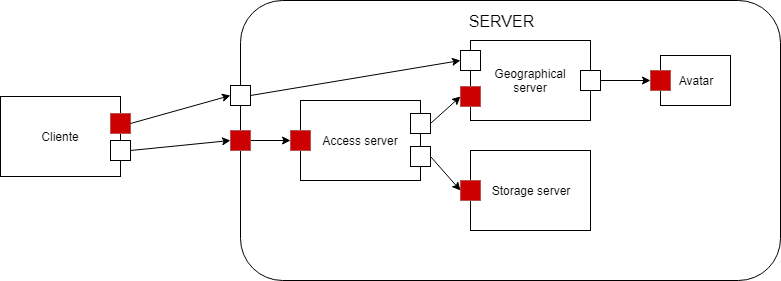
Before: WIP/PF-Distribuidos/ComponentsDiagram.png, a diagram exported from draw.io (AndresReyesE/7.-Sexto-semestre). Source tidied: cells renumbered, new cells last; positions are measured from the earlier drawing's top-left corner, leaving out a move shared by most shapes. Source of this version:
```xml
<mxGraphModel>
  <root>
    <mxCell id="0" />
    <mxCell id="1" parent="0" />
    <mxCell id="2" style="rounded=1;whiteSpace=wrap;html=1;" parent="1" vertex="1">
      <mxGeometry x="240" width="540" height="280" as="geometry" />
    </mxCell>
    <mxCell id="3" value="Avatar" style="rounded=0;whiteSpace=wrap;html=1;" parent="1" vertex="1">
      <mxGeometry x="660" y="55" width="70" height="50" as="geometry" />
    </mxCell>
    <mxCell id="4" value="Storage server" style="rounded=0;whiteSpace=wrap;html=1;" parent="1" vertex="1">
      <mxGeometry x="470" y="150" width="120" height="80" as="geometry" />
    </mxCell>
    <mxCell id="5" value="Geographical&lt;br&gt;server" style="rounded=0;whiteSpace=wrap;html=1;" parent="1" vertex="1">
      <mxGeometry x="470" y="40" width="120" height="80" as="geometry" />
    </mxCell>
    <mxCell id="6" value="Access server" style="rounded=0;whiteSpace=wrap;html=1;" parent="1" vertex="1">
      <mxGeometry x="300" y="100" width="120" height="80" as="geometry" />
    </mxCell>
    <mxCell id="7" style="whiteSpace=wrap;html=1;fillColor=#CC0000;strokeColor=#b85450;" parent="1" vertex="1">
      <mxGeometry x="290" y="130" width="20" height="20" as="geometry" />
    </mxCell>
    <mxCell id="8" style="edgeStyle=orthogonalEdgeStyle;rounded=0;jettySize=auto;html=1;" parent="1" edge="1" source="9">
      <mxGeometry relative="1" as="geometry">
        <mxPoint x="290" y="140" as="targetPoint" />
      </mxGeometry>
    </mxCell>
    <mxCell id="9" style="whiteSpace=wrap;html=1;fillColor=#CC0000;strokeColor=#b85450;" parent="1" vertex="1">
      <mxGeometry x="230" y="130" width="20" height="20" as="geometry" />
    </mxCell>
    <mxCell id="10" style="whiteSpace=wrap;html=1;fillColor=#CC0000;strokeColor=#b85450;" parent="1" vertex="1">
      <mxGeometry x="460" y="180" width="20" height="20" as="geometry" />
    </mxCell>
    <mxCell id="11" style="whiteSpace=wrap;html=1;fillColor=#CC0000;strokeColor=#b85450;" parent="1" vertex="1">
      <mxGeometry x="460" y="86" width="20" height="20" as="geometry" />
    </mxCell>
    <mxCell id="12" style="whiteSpace=wrap;html=1;fillColor=#CC0000;strokeColor=#b85450;" parent="1" vertex="1">
      <mxGeometry x="650" y="70" width="20" height="20" as="geometry" />
    </mxCell>
    <mxCell id="13" value="&lt;font style=&quot;font-size: 16px&quot;&gt;SERVER&lt;/font&gt;&lt;br&gt;" style="text;html=1;strokeColor=none;fillColor=none;align=center;verticalAlign=middle;whiteSpace=wrap;rounded=0;" parent="1" vertex="1">
      <mxGeometry x="470" y="10" width="60" height="20" as="geometry" />
    </mxCell>
    <mxCell id="14" style="whiteSpace=wrap;html=1;fillColor=#FFFFFF;" parent="1" vertex="1">
      <mxGeometry x="410" y="113" width="20" height="20" as="geometry" />
    </mxCell>
    <mxCell id="15" style="whiteSpace=wrap;html=1;fillColor=#FFFFFF;" parent="1" vertex="1">
      <mxGeometry x="410" y="146" width="20" height="20" as="geometry" />
    </mxCell>
    <mxCell id="16" style="whiteSpace=wrap;html=1;fillColor=#FFFFFF;" parent="1" vertex="1">
      <mxGeometry x="580" y="70" width="20" height="20" as="geometry" />
    </mxCell>
    <mxCell id="17" style="endArrow=classic;html=1;exitX=1;exitY=0.5;exitDx=0;exitDy=0;entryX=0;entryY=0.5;entryDx=0;entryDy=0;" parent="1" edge="1" source="14" target="11">
      <mxGeometry relative="1" as="geometry" />
    </mxCell>
    <mxCell id="18" style="endArrow=classic;html=1;exitX=1;exitY=0.5;exitDx=0;exitDy=0;entryX=0;entryY=0.5;entryDx=0;entryDy=0;" parent="1" edge="1" source="15" target="10">
      <mxGeometry relative="1" as="geometry" />
    </mxCell>
    <mxCell id="19" style="endArrow=classic;html=1;exitX=1;exitY=0.5;exitDx=0;exitDy=0;entryX=0;entryY=0.5;entryDx=0;entryDy=0;" parent="1" edge="1" source="16" target="12">
      <mxGeometry relative="1" as="geometry" />
    </mxCell>
    <mxCell id="20" value="Cliente" style="rounded=0;whiteSpace=wrap;html=1;fillColor=#FFFFFF;" parent="1" vertex="1">
      <mxGeometry y="96" width="120" height="80" as="geometry" />
    </mxCell>
    <mxCell id="21" style="whiteSpace=wrap;html=1;fillColor=#CC0000;strokeColor=#b85450;" parent="1" vertex="1">
      <mxGeometry x="110" y="113" width="20" height="20" as="geometry" />
    </mxCell>
    <mxCell id="22" style="whiteSpace=wrap;html=1;fillColor=#FFFFFF;" parent="1" vertex="1">
      <mxGeometry x="110" y="140" width="20" height="20" as="geometry" />
    </mxCell>
    <mxCell id="23" style="endArrow=classic;html=1;entryX=0;entryY=0.5;entryDx=0;entryDy=0;exitX=1;exitY=0.5;exitDx=0;exitDy=0;" parent="1" edge="1" source="22" target="9">
      <mxGeometry relative="1" as="geometry" />
    </mxCell>
    <mxCell id="24" style="whiteSpace=wrap;html=1;fillColor=#FFFFFF;" parent="1" vertex="1">
      <mxGeometry x="230" y="85" width="20" height="20" as="geometry" />
    </mxCell>
    <mxCell id="25" style="endArrow=classic;html=1;entryX=0;entryY=0.5;entryDx=0;entryDy=0;exitX=1;exitY=0.5;exitDx=0;exitDy=0;" parent="1" edge="1" source="21" target="24">
      <mxGeometry relative="1" as="geometry" />
    </mxCell>
    <mxCell id="26" style="whiteSpace=wrap;html=1;fillColor=#FFFFFF;" parent="1" vertex="1">
      <mxGeometry x="460" y="50" width="20" height="20" as="geometry" />
    </mxCell>
    <mxCell id="27" style="endArrow=classic;html=1;exitX=1;exitY=0.5;exitDx=0;exitDy=0;entryX=0;entryY=0.5;entryDx=0;entryDy=0;" parent="1" edge="1" source="24" target="26">
      <mxGeometry relative="1" as="geometry" />
    </mxCell>
  </root>
</mxGraphModel>
```
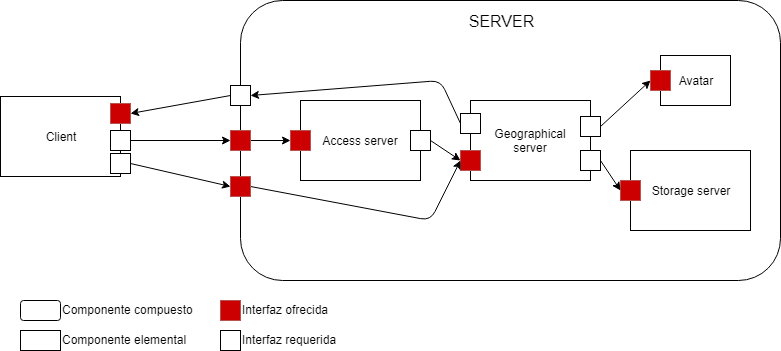
The same diagram one commit later.

The edit, as a diff of the source:
```diff
@@ -9,10 +9,10 @@
       <mxGeometry x="660" y="55" width="70" height="50" as="geometry" />
     </mxCell>
     <mxCell id="4" value="Storage server" style="rounded=0;whiteSpace=wrap;html=1;" parent="1" vertex="1">
-      <mxGeometry x="470" y="150" width="120" height="80" as="geometry" />
+      <mxGeometry x="630" y="150" width="120" height="80" as="geometry" />
     </mxCell>
     <mxCell id="5" value="Geographical&lt;br&gt;server" style="rounded=0;whiteSpace=wrap;html=1;" parent="1" vertex="1">
-      <mxGeometry x="470" y="40" width="120" height="80" as="geometry" />
+      <mxGeometry x="470" y="100" width="120" height="80" as="geometry" />
     </mxCell>
     <mxCell id="6" value="Access server" style="rounded=0;whiteSpace=wrap;html=1;" parent="1" vertex="1">
       <mxGeometry x="300" y="100" width="120" height="80" as="geometry" />
@@ -29,10 +29,10 @@
       <mxGeometry x="230" y="130" width="20" height="20" as="geometry" />
     </mxCell>
     <mxCell id="10" style="whiteSpace=wrap;html=1;fillColor=#CC0000;strokeColor=#b85450;" parent="1" vertex="1">
-      <mxGeometry x="460" y="180" width="20" height="20" as="geometry" />
+      <mxGeometry x="620" y="180" width="20" height="20" as="geometry" />
     </mxCell>
     <mxCell id="11" style="whiteSpace=wrap;html=1;fillColor=#CC0000;strokeColor=#b85450;" parent="1" vertex="1">
-      <mxGeometry x="460" y="86" width="20" height="20" as="geometry" />
+      <mxGeometry x="460" y="150" width="20" height="20" as="geometry" />
     </mxCell>
     <mxCell id="12" style="whiteSpace=wrap;html=1;fillColor=#CC0000;strokeColor=#b85450;" parent="1" vertex="1">
       <mxGeometry x="650" y="70" width="20" height="20" as="geometry" />
@@ -40,17 +40,21 @@
     <mxCell id="13" value="&lt;font style=&quot;font-size: 16px&quot;&gt;SERVER&lt;/font&gt;&lt;br&gt;" style="text;html=1;strokeColor=none;fillColor=none;align=center;verticalAlign=middle;whiteSpace=wrap;rounded=0;" parent="1" vertex="1">
       <mxGeometry x="470" y="10" width="60" height="20" as="geometry" />
     </mxCell>
-    <mxCell id="14" style="whiteSpace=wrap;html=1;fillColor=#FFFFFF;" parent="1" vertex="1">
-      <mxGeometry x="410" y="113" width="20" height="20" as="geometry" />
-    </mxCell>
+    <mxCell id="28" style="edgeStyle=orthogonalEdgeStyle;rounded=0;jettySize=auto;html=1;exitX=0.5;exitY=1;exitDx=0;exitDy=0;entryX=1;entryY=0.75;entryDx=0;entryDy=0;" parent="1" edge="1" source="15" target="5">
+      <mxGeometry relative="1" as="geometry" />
+    </mxCell>
     <mxCell id="15" style="whiteSpace=wrap;html=1;fillColor=#FFFFFF;" parent="1" vertex="1">
-      <mxGeometry x="410" y="146" width="20" height="20" as="geometry" />
+      <mxGeometry x="580" y="150" width="20" height="20" as="geometry" />
     </mxCell>
     <mxCell id="16" style="whiteSpace=wrap;html=1;fillColor=#FFFFFF;" parent="1" vertex="1">
-      <mxGeometry x="580" y="70" width="20" height="20" as="geometry" />
+      <mxGeometry x="580" y="116" width="20" height="20" as="geometry" />
     </mxCell>
-    <mxCell id="17" style="endArrow=classic;html=1;exitX=1;exitY=0.5;exitDx=0;exitDy=0;entryX=0;entryY=0.5;entryDx=0;entryDy=0;" parent="1" edge="1" source="14" target="11">
-      <mxGeometry relative="1" as="geometry" />
+    <mxCell id="17" style="endArrow=classic;html=1;exitX=1;exitY=0.5;exitDx=0;exitDy=0;entryX=0;entryY=0.5;entryDx=0;entryDy=0;" parent="1" edge="1" source="39" target="11">
+      <mxGeometry relative="1" as="geometry">
+        <Array as="points">
+          <mxPoint x="430" y="220" />
+        </Array>
+      </mxGeometry>
     </mxCell>
     <mxCell id="18" style="endArrow=classic;html=1;exitX=1;exitY=0.5;exitDx=0;exitDy=0;entryX=0;entryY=0.5;entryDx=0;entryDy=0;" parent="1" edge="1" source="15" target="10">
       <mxGeometry relative="1" as="geometry" />
@@ -58,14 +62,14 @@
     <mxCell id="19" style="endArrow=classic;html=1;exitX=1;exitY=0.5;exitDx=0;exitDy=0;entryX=0;entryY=0.5;entryDx=0;entryDy=0;" parent="1" edge="1" source="16" target="12">
       <mxGeometry relative="1" as="geometry" />
     </mxCell>
-    <mxCell id="20" value="Cliente" style="rounded=0;whiteSpace=wrap;html=1;fillColor=#FFFFFF;" parent="1" vertex="1">
+    <mxCell id="20" value="Client" style="rounded=0;whiteSpace=wrap;html=1;fillColor=#FFFFFF;" parent="1" vertex="1">
       <mxGeometry y="96" width="120" height="80" as="geometry" />
     </mxCell>
     <mxCell id="21" style="whiteSpace=wrap;html=1;fillColor=#CC0000;strokeColor=#b85450;" parent="1" vertex="1">
-      <mxGeometry x="110" y="113" width="20" height="20" as="geometry" />
+      <mxGeometry x="110" y="103" width="20" height="20" as="geometry" />
     </mxCell>
     <mxCell id="22" style="whiteSpace=wrap;html=1;fillColor=#FFFFFF;" parent="1" vertex="1">
-      <mxGeometry x="110" y="140" width="20" height="20" as="geometry" />
+      <mxGeometry x="110" y="130" width="20" height="20" as="geometry" />
     </mxCell>
     <mxCell id="23" style="endArrow=classic;html=1;entryX=0;entryY=0.5;entryDx=0;entryDy=0;exitX=1;exitY=0.5;exitDx=0;exitDy=0;" parent="1" edge="1" source="22" target="9">
       <mxGeometry relative="1" as="geometry" />
@@ -73,14 +77,57 @@
     <mxCell id="24" style="whiteSpace=wrap;html=1;fillColor=#FFFFFF;" parent="1" vertex="1">
       <mxGeometry x="230" y="85" width="20" height="20" as="geometry" />
     </mxCell>
-    <mxCell id="25" style="endArrow=classic;html=1;entryX=0;entryY=0.5;entryDx=0;entryDy=0;exitX=1;exitY=0.5;exitDx=0;exitDy=0;" parent="1" edge="1" source="21" target="24">
+    <mxCell id="25" style="endArrow=classic;html=1;entryX=1;entryY=0.5;entryDx=0;entryDy=0;exitX=0;exitY=0.5;exitDx=0;exitDy=0;" parent="1" edge="1" source="24" target="21">
       <mxGeometry relative="1" as="geometry" />
     </mxCell>
     <mxCell id="26" style="whiteSpace=wrap;html=1;fillColor=#FFFFFF;" parent="1" vertex="1">
-      <mxGeometry x="460" y="50" width="20" height="20" as="geometry" />
+      <mxGeometry x="460" y="113" width="20" height="20" as="geometry" />
     </mxCell>
-    <mxCell id="27" style="endArrow=classic;html=1;exitX=1;exitY=0.5;exitDx=0;exitDy=0;entryX=0;entryY=0.5;entryDx=0;entryDy=0;" parent="1" edge="1" source="24" target="26">
-      <mxGeometry relative="1" as="geometry" />
+    <mxCell id="27" style="endArrow=classic;html=1;exitX=0;exitY=0.5;exitDx=0;exitDy=0;entryX=1;entryY=0.5;entryDx=0;entryDy=0;" parent="1" edge="1" source="26" target="24">
+      <mxGeometry relative="1" as="geometry">
+        <Array as="points">
+          <mxPoint x="440" y="80" />
+        </Array>
+      </mxGeometry>
     </mxCell>
+    <mxCell id="14" style="whiteSpace=wrap;html=1;fillColor=#FFFFFF;" parent="1" vertex="1">
+      <mxGeometry x="110" y="153" width="20" height="20" as="geometry" />
+    </mxCell>
+    <mxCell id="29" style="rounded=1;whiteSpace=wrap;html=1;fillColor=#FFFFFF;" parent="1" vertex="1">
+      <mxGeometry x="20" y="300" width="40" height="20" as="geometry" />
+    </mxCell>
+    <mxCell id="30" style="rounded=0;whiteSpace=wrap;html=1;fillColor=#FFFFFF;" parent="1" vertex="1">
+      <mxGeometry x="20" y="330" width="40" height="20" as="geometry" />
+    </mxCell>
+    <mxCell id="31" style="whiteSpace=wrap;html=1;fillColor=#FFFFFF;" parent="1" vertex="1">
+      <mxGeometry x="220" y="330" width="20" height="20" as="geometry" />
+    </mxCell>
+    <mxCell id="32" style="whiteSpace=wrap;html=1;fillColor=#CC0000;strokeColor=#b85450;" parent="1" vertex="1">
+      <mxGeometry x="220" y="300" width="20" height="20" as="geometry" />
+    </mxCell>
+    <mxCell id="33" value="Componente compuesto" style="text;html=1;align=left;verticalAlign=top;spacingTop=-4;" parent="1" vertex="1">
+      <mxGeometry x="60" y="300" width="150" height="20" as="geometry" />
+    </mxCell>
+    <mxCell id="34" value="Componente elemental" style="text;html=1;align=left;verticalAlign=top;spacingTop=-4;" parent="1" vertex="1">
+      <mxGeometry x="60" y="330" width="140" height="20" as="geometry" />
+    </mxCell>
+    <mxCell id="35" value="Interfaz ofrecida" style="text;html=1;align=left;verticalAlign=top;spacingTop=-4;" parent="1" vertex="1">
+      <mxGeometry x="240" y="300" width="100" height="20" as="geometry" />
+    </mxCell>
+    <mxCell id="36" value="Interfaz requerida&lt;br&gt;" style="text;html=1;align=left;verticalAlign=top;spacingTop=-4;" parent="1" vertex="1">
+      <mxGeometry x="240" y="330" width="110" height="20" as="geometry" />
+    </mxCell>
+    <mxCell id="37" style="whiteSpace=wrap;html=1;fillColor=#FFFFFF;" parent="1" vertex="1">
+      <mxGeometry x="410" y="130" width="20" height="20" as="geometry" />
+    </mxCell>
+    <mxCell id="38" style="endArrow=classic;html=1;entryX=0;entryY=0.5;entryDx=0;entryDy=0;exitX=1;exitY=0.5;exitDx=0;exitDy=0;" parent="1" edge="1" source="37" target="11">
+      <mxGeometry relative="1" as="geometry" />
+    </mxCell>
+    <mxCell id="39" style="whiteSpace=wrap;html=1;fillColor=#CC0000;strokeColor=#b85450;" parent="1" vertex="1">
+      <mxGeometry x="230" y="176" width="20" height="20" as="geometry" />
+    </mxCell>
+    <mxCell id="40" style="endArrow=classic;html=1;exitX=1;exitY=0.5;exitDx=0;exitDy=0;entryX=0;entryY=0.5;entryDx=0;entryDy=0;" parent="1" edge="1" source="14" target="39">
+      <mxGeometry relative="1" as="geometry" />
+    </mxCell>
   </root>
 </mxGraphModel>
```
